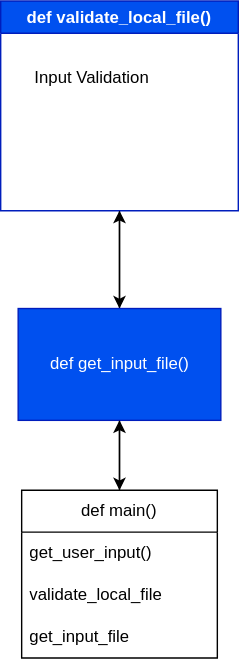
Earlier version of the draw.io export Aggregate_V1.0.0/aProto.drawio.svg (GioDude211/Project_Aggregate). Source tidied: cells renumbered, new cells last; positions are measured from the earlier drawing's top-left corner, leaving out a move shared by most shapes. Its diagram source:
```xml
<mxGraphModel>
  <root>
    <mxCell id="0" />
    <mxCell id="1" parent="0" />
    <mxCell id="2" style="edgeStyle=none;html=1;exitX=0.5;exitY=1;exitDx=0;exitDy=0;entryX=0.5;entryY=0;entryDx=0;entryDy=0;" parent="1" edge="1" source="3" target="7">
      <mxGeometry relative="1" as="geometry" />
    </mxCell>
    <mxCell id="3" value="def validate_local_file()" style="swimlane;whiteSpace=wrap;html=1;fillColor=#0050ef;fontColor=#ffffff;strokeColor=#001DBC;startSize=23;" parent="1" vertex="1">
      <mxGeometry width="170" height="150" as="geometry" />
    </mxCell>
    <mxCell id="4" value="&lt;div&gt;Input Validation&lt;/div&gt;" style="text;html=1;align=center;verticalAlign=middle;strokeColor=none;fillColor=none;" parent="3" vertex="1">
      <mxGeometry x="10" y="40" width="110" height="30" as="geometry" />
    </mxCell>
    <mxCell id="5" style="edgeStyle=none;html=1;exitX=0.5;exitY=0;exitDx=0;exitDy=0;entryX=0.5;entryY=1;entryDx=0;entryDy=0;" parent="1" edge="1" source="7" target="3">
      <mxGeometry relative="1" as="geometry" />
    </mxCell>
    <mxCell id="6" style="edgeStyle=none;html=1;exitX=0.5;exitY=1;exitDx=0;exitDy=0;entryX=0.5;entryY=0;entryDx=0;entryDy=0;" parent="1" edge="1" source="7" target="9">
      <mxGeometry relative="1" as="geometry" />
    </mxCell>
    <mxCell id="7" value="def get_input_file()" style="rounded=0;whiteSpace=wrap;html=1;fillColor=#0050ef;fontColor=#ffffff;strokeColor=#001DBC;" parent="1" vertex="1">
      <mxGeometry x="12.5" y="220" width="145" height="80" as="geometry" />
    </mxCell>
    <mxCell id="8" style="edgeStyle=none;html=1;exitX=0.5;exitY=0;exitDx=0;exitDy=0;entryX=0.5;entryY=1;entryDx=0;entryDy=0;" parent="1" edge="1" source="9" target="7">
      <mxGeometry relative="1" as="geometry" />
    </mxCell>
    <mxCell id="9" value="def main()" style="swimlane;fontStyle=0;horizontal=1;startSize=30;whiteSpace=wrap;html=1;" parent="1" vertex="1">
      <mxGeometry x="15" y="350" width="140" height="120" as="geometry" />
    </mxCell>
    <mxCell id="10" value="get_user_input()" style="text;strokeColor=none;fillColor=none;align=left;verticalAlign=middle;spacingLeft=4;spacingRight=4;overflow=hidden;points=[[0,0.5],[1,0.5]];portConstraint=eastwest;whiteSpace=wrap;html=1;" parent="9" vertex="1">
      <mxGeometry y="30" width="140" height="30" as="geometry" />
    </mxCell>
    <mxCell id="11" value="validate_local_file" style="text;strokeColor=none;fillColor=none;align=left;verticalAlign=middle;spacingLeft=4;spacingRight=4;overflow=hidden;points=[[0,0.5],[1,0.5]];portConstraint=eastwest;whiteSpace=wrap;html=1;" parent="9" vertex="1">
      <mxGeometry y="60" width="140" height="30" as="geometry" />
    </mxCell>
    <mxCell id="12" value="get_input_file" style="text;strokeColor=none;fillColor=none;align=left;verticalAlign=middle;spacingLeft=4;spacingRight=4;overflow=hidden;points=[[0,0.5],[1,0.5]];portConstraint=eastwest;whiteSpace=wrap;html=1;" parent="9" vertex="1">
      <mxGeometry y="90" width="140" height="30" as="geometry" />
    </mxCell>
  </root>
</mxGraphModel>
```
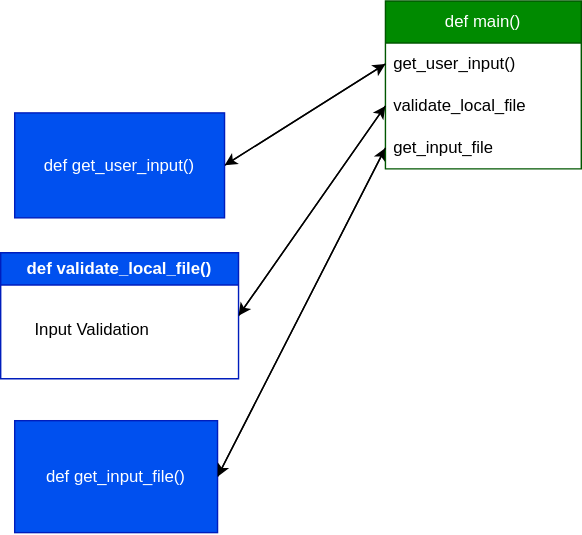
After the change.

Commit message:
Updated flow chart

The edit, as a diff of the source:
```diff
@@ -2,29 +2,23 @@
   <root>
     <mxCell id="0" />
     <mxCell id="1" parent="0" />
-    <mxCell id="2" style="edgeStyle=none;html=1;exitX=0.5;exitY=1;exitDx=0;exitDy=0;entryX=0.5;entryY=0;entryDx=0;entryDy=0;" parent="1" edge="1" source="3" target="7">
-      <mxGeometry relative="1" as="geometry" />
-    </mxCell>
+    <mxCell id="13" style="edgeStyle=none;html=1;exitX=1;exitY=0.5;exitDx=0;exitDy=0;entryX=0;entryY=0.5;entryDx=0;entryDy=0;" parent="1" edge="1" source="3" target="11">
+      <mxGeometry relative="1" as="geometry" />
+    </mxCell>
     <mxCell id="3" value="def validate_local_file()" style="swimlane;whiteSpace=wrap;html=1;fillColor=#0050ef;fontColor=#ffffff;strokeColor=#001DBC;startSize=23;" parent="1" vertex="1">
-      <mxGeometry width="170" height="150" as="geometry" />
+      <mxGeometry x="-70" y="240" width="170" height="90" as="geometry" />
     </mxCell>
     <mxCell id="4" value="&lt;div&gt;Input Validation&lt;/div&gt;" style="text;html=1;align=center;verticalAlign=middle;strokeColor=none;fillColor=none;" parent="3" vertex="1">
       <mxGeometry x="10" y="40" width="110" height="30" as="geometry" />
     </mxCell>
-    <mxCell id="5" style="edgeStyle=none;html=1;exitX=0.5;exitY=0;exitDx=0;exitDy=0;entryX=0.5;entryY=1;entryDx=0;entryDy=0;" parent="1" edge="1" source="7" target="3">
-      <mxGeometry relative="1" as="geometry" />
-    </mxCell>
-    <mxCell id="6" style="edgeStyle=none;html=1;exitX=0.5;exitY=1;exitDx=0;exitDy=0;entryX=0.5;entryY=0;entryDx=0;entryDy=0;" parent="1" edge="1" source="7" target="9">
-      <mxGeometry relative="1" as="geometry" />
-    </mxCell>
+    <mxCell id="14" style="edgeStyle=none;html=1;exitX=1;exitY=0.5;exitDx=0;exitDy=0;entryX=0;entryY=0.5;entryDx=0;entryDy=0;" parent="1" edge="1" source="7" target="12">
+      <mxGeometry relative="1" as="geometry" />
+    </mxCell>
     <mxCell id="7" value="def get_input_file()" style="rounded=0;whiteSpace=wrap;html=1;fillColor=#0050ef;fontColor=#ffffff;strokeColor=#001DBC;" parent="1" vertex="1">
-      <mxGeometry x="12.5" y="220" width="145" height="80" as="geometry" />
+      <mxGeometry x="-60" y="360" width="145" height="80" as="geometry" />
     </mxCell>
-    <mxCell id="8" style="edgeStyle=none;html=1;exitX=0.5;exitY=0;exitDx=0;exitDy=0;entryX=0.5;entryY=1;entryDx=0;entryDy=0;" parent="1" edge="1" source="9" target="7">
-      <mxGeometry relative="1" as="geometry" />
-    </mxCell>
-    <mxCell id="9" value="def main()" style="swimlane;fontStyle=0;horizontal=1;startSize=30;whiteSpace=wrap;html=1;" parent="1" vertex="1">
-      <mxGeometry x="15" y="350" width="140" height="120" as="geometry" />
+    <mxCell id="9" value="def main()" style="swimlane;fontStyle=0;horizontal=1;startSize=30;whiteSpace=wrap;html=1;fillColor=#008a00;fontColor=#ffffff;strokeColor=#005700;" parent="1" vertex="1">
+      <mxGeometry x="205" y="60" width="140" height="120" as="geometry" />
     </mxCell>
     <mxCell id="10" value="get_user_input()" style="text;strokeColor=none;fillColor=none;align=left;verticalAlign=middle;spacingLeft=4;spacingRight=4;overflow=hidden;points=[[0,0.5],[1,0.5]];portConstraint=eastwest;whiteSpace=wrap;html=1;" parent="9" vertex="1">
       <mxGeometry y="30" width="140" height="30" as="geometry" />
@@ -35,5 +29,20 @@
     <mxCell id="12" value="get_input_file" style="text;strokeColor=none;fillColor=none;align=left;verticalAlign=middle;spacingLeft=4;spacingRight=4;overflow=hidden;points=[[0,0.5],[1,0.5]];portConstraint=eastwest;whiteSpace=wrap;html=1;" parent="9" vertex="1">
       <mxGeometry y="90" width="140" height="30" as="geometry" />
     </mxCell>
+    <mxCell id="15" style="edgeStyle=none;html=1;exitX=1;exitY=0.5;exitDx=0;exitDy=0;entryX=0;entryY=0.5;entryDx=0;entryDy=0;" parent="1" edge="1" source="16" target="10">
+      <mxGeometry relative="1" as="geometry" />
+    </mxCell>
+    <mxCell id="16" value="def get_user_input()" style="rounded=0;whiteSpace=wrap;html=1;fillColor=#0050ef;fontColor=#ffffff;strokeColor=#001DBC;" parent="1" vertex="1">
+      <mxGeometry x="-60" y="140" width="150" height="75" as="geometry" />
+    </mxCell>
+    <mxCell id="17" style="edgeStyle=none;html=1;exitX=0;exitY=0.5;exitDx=0;exitDy=0;entryX=1;entryY=0.5;entryDx=0;entryDy=0;" parent="1" edge="1" source="10" target="16">
+      <mxGeometry relative="1" as="geometry" />
+    </mxCell>
+    <mxCell id="18" style="edgeStyle=none;html=1;exitX=0;exitY=0.5;exitDx=0;exitDy=0;entryX=1;entryY=0.5;entryDx=0;entryDy=0;" parent="1" edge="1" source="11" target="3">
+      <mxGeometry relative="1" as="geometry" />
+    </mxCell>
+    <mxCell id="19" style="edgeStyle=none;html=1;exitX=0;exitY=0.5;exitDx=0;exitDy=0;entryX=1;entryY=0.5;entryDx=0;entryDy=0;" parent="1" edge="1" source="12" target="7">
+      <mxGeometry relative="1" as="geometry" />
+    </mxCell>
   </root>
 </mxGraphModel>
```
